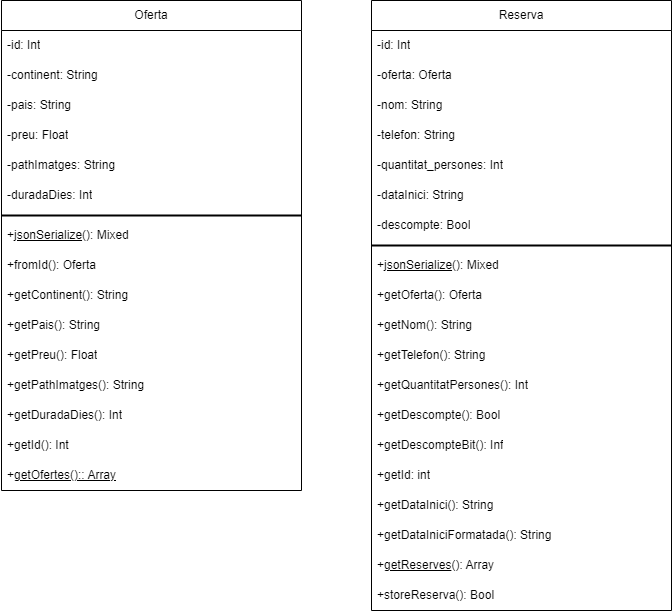
The draw.io diagram diagrama_caso_clases.png in martinh118/M12_P1_Wonderfull_Travel, before a commit. Source tidied: cells renumbered, new cells last; positions are measured from the earlier drawing's top-left corner, leaving out a move shared by most shapes. The source it was exported from:
```xml
<mxGraphModel>
  <root>
    <mxCell id="0" />
    <mxCell id="1" parent="0" />
    <mxCell id="2" value="Oferta" style="swimlane;fontStyle=0;horizontal=1;startSize=30;whiteSpace=wrap;html=1;" parent="1" vertex="1">
      <mxGeometry width="300" height="490" as="geometry" />
    </mxCell>
    <mxCell id="3" value="-id: Int" style="text;strokeColor=none;fillColor=none;align=left;verticalAlign=middle;spacingLeft=4;spacingRight=4;overflow=hidden;whiteSpace=wrap;html=1;" parent="2" vertex="1">
      <mxGeometry y="30" width="300" height="30" as="geometry" />
    </mxCell>
    <mxCell id="4" value="-continent: String" style="text;strokeColor=none;fillColor=none;align=left;verticalAlign=middle;spacingLeft=4;spacingRight=4;overflow=hidden;whiteSpace=wrap;html=1;" parent="2" vertex="1">
      <mxGeometry y="60" width="300" height="30" as="geometry" />
    </mxCell>
    <mxCell id="5" value="-pais: String" style="text;strokeColor=none;fillColor=none;align=left;verticalAlign=middle;spacingLeft=4;spacingRight=4;overflow=hidden;whiteSpace=wrap;html=1;" parent="2" vertex="1">
      <mxGeometry y="90" width="300" height="30" as="geometry" />
    </mxCell>
    <mxCell id="6" value="-preu: Float" style="text;strokeColor=none;fillColor=none;align=left;verticalAlign=middle;spacingLeft=4;spacingRight=4;overflow=hidden;whiteSpace=wrap;html=1;" parent="2" vertex="1">
      <mxGeometry y="120" width="300" height="30" as="geometry" />
    </mxCell>
    <mxCell id="7" value="-pathImatges: String" style="text;strokeColor=none;fillColor=none;align=left;verticalAlign=middle;spacingLeft=4;spacingRight=4;overflow=hidden;whiteSpace=wrap;html=1;" parent="2" vertex="1">
      <mxGeometry y="150" width="300" height="30" as="geometry" />
    </mxCell>
    <mxCell id="8" value="-duradaDies: Int" style="text;strokeColor=none;fillColor=none;align=left;verticalAlign=middle;spacingLeft=4;spacingRight=4;overflow=hidden;whiteSpace=wrap;html=1;" parent="2" vertex="1">
      <mxGeometry y="180" width="300" height="30" as="geometry" />
    </mxCell>
    <mxCell id="9" style="line;strokeWidth=2;html=1;" parent="2" vertex="1">
      <mxGeometry y="210" width="300" height="10" as="geometry" />
    </mxCell>
    <mxCell id="10" value="+&lt;u&gt;jsonSerialize&lt;/u&gt;(): Mixed" style="text;strokeColor=none;fillColor=none;align=left;verticalAlign=middle;spacingLeft=4;spacingRight=4;overflow=hidden;whiteSpace=wrap;html=1;" parent="2" vertex="1">
      <mxGeometry y="220" width="300" height="30" as="geometry" />
    </mxCell>
    <mxCell id="11" value="+fromId(): Oferta" style="text;strokeColor=none;fillColor=none;align=left;verticalAlign=middle;spacingLeft=4;spacingRight=4;overflow=hidden;whiteSpace=wrap;html=1;" parent="2" vertex="1">
      <mxGeometry y="250" width="300" height="30" as="geometry" />
    </mxCell>
    <mxCell id="12" value="+getContinent(): String" style="text;strokeColor=none;fillColor=none;align=left;verticalAlign=middle;spacingLeft=4;spacingRight=4;overflow=hidden;whiteSpace=wrap;html=1;" parent="2" vertex="1">
      <mxGeometry y="280" width="300" height="30" as="geometry" />
    </mxCell>
    <mxCell id="13" value="+getPais(): String" style="text;strokeColor=none;fillColor=none;align=left;verticalAlign=middle;spacingLeft=4;spacingRight=4;overflow=hidden;whiteSpace=wrap;html=1;" parent="2" vertex="1">
      <mxGeometry y="310" width="300" height="30" as="geometry" />
    </mxCell>
    <mxCell id="14" value="+getPreu(): Float" style="text;strokeColor=none;fillColor=none;align=left;verticalAlign=middle;spacingLeft=4;spacingRight=4;overflow=hidden;whiteSpace=wrap;html=1;" parent="2" vertex="1">
      <mxGeometry y="340" width="300" height="30" as="geometry" />
    </mxCell>
    <mxCell id="15" value="+getPathImatges(): String" style="text;strokeColor=none;fillColor=none;align=left;verticalAlign=middle;spacingLeft=4;spacingRight=4;overflow=hidden;whiteSpace=wrap;html=1;" parent="2" vertex="1">
      <mxGeometry y="370" width="300" height="30" as="geometry" />
    </mxCell>
    <mxCell id="16" value="+getDuradaDies(): Int" style="text;strokeColor=none;fillColor=none;align=left;verticalAlign=middle;spacingLeft=4;spacingRight=4;overflow=hidden;whiteSpace=wrap;html=1;" parent="2" vertex="1">
      <mxGeometry y="400" width="300" height="30" as="geometry" />
    </mxCell>
    <mxCell id="17" value="+getId(): Int" style="text;strokeColor=none;fillColor=none;align=left;verticalAlign=middle;spacingLeft=4;spacingRight=4;overflow=hidden;whiteSpace=wrap;html=1;" parent="2" vertex="1">
      <mxGeometry y="430" width="300" height="30" as="geometry" />
    </mxCell>
    <mxCell id="18" value="+&lt;u&gt;getOfertes():: Array&lt;/u&gt;" style="text;strokeColor=none;fillColor=none;align=left;verticalAlign=middle;spacingLeft=4;spacingRight=4;overflow=hidden;whiteSpace=wrap;html=1;" parent="2" vertex="1">
      <mxGeometry y="460" width="300" height="30" as="geometry" />
    </mxCell>
    <mxCell id="19" value="Reserva" style="swimlane;fontStyle=0;horizontal=1;startSize=30;whiteSpace=wrap;html=1;" parent="1" vertex="1">
      <mxGeometry x="370" width="300" height="610" as="geometry" />
    </mxCell>
    <mxCell id="20" value="-id: Int" style="text;strokeColor=none;fillColor=none;align=left;verticalAlign=middle;spacingLeft=4;spacingRight=4;overflow=hidden;whiteSpace=wrap;html=1;" parent="19" vertex="1">
      <mxGeometry y="30" width="300" height="30" as="geometry" />
    </mxCell>
    <mxCell id="21" value="-oferta: Oferta" style="text;strokeColor=none;fillColor=none;align=left;verticalAlign=middle;spacingLeft=4;spacingRight=4;overflow=hidden;whiteSpace=wrap;html=1;" parent="19" vertex="1">
      <mxGeometry y="60" width="300" height="30" as="geometry" />
    </mxCell>
    <mxCell id="22" value="-nom: String" style="text;strokeColor=none;fillColor=none;align=left;verticalAlign=middle;spacingLeft=4;spacingRight=4;overflow=hidden;whiteSpace=wrap;html=1;" parent="19" vertex="1">
      <mxGeometry y="90" width="300" height="30" as="geometry" />
    </mxCell>
    <mxCell id="23" value="-telefon: String" style="text;strokeColor=none;fillColor=none;align=left;verticalAlign=middle;spacingLeft=4;spacingRight=4;overflow=hidden;whiteSpace=wrap;html=1;" parent="19" vertex="1">
      <mxGeometry y="120" width="300" height="30" as="geometry" />
    </mxCell>
    <mxCell id="24" value="-quantitat_persones: Int" style="text;strokeColor=none;fillColor=none;align=left;verticalAlign=middle;spacingLeft=4;spacingRight=4;overflow=hidden;whiteSpace=wrap;html=1;" parent="19" vertex="1">
      <mxGeometry y="150" width="300" height="30" as="geometry" />
    </mxCell>
    <mxCell id="25" value="-dataInici: String" style="text;strokeColor=none;fillColor=none;align=left;verticalAlign=middle;spacingLeft=4;spacingRight=4;overflow=hidden;whiteSpace=wrap;html=1;" parent="19" vertex="1">
      <mxGeometry y="180" width="300" height="30" as="geometry" />
    </mxCell>
    <mxCell id="26" value="-descompte: Bool" style="text;strokeColor=none;fillColor=none;align=left;verticalAlign=middle;spacingLeft=4;spacingRight=4;overflow=hidden;whiteSpace=wrap;html=1;" parent="19" vertex="1">
      <mxGeometry y="210" width="300" height="30" as="geometry" />
    </mxCell>
    <mxCell id="27" style="line;strokeWidth=2;html=1;" parent="19" vertex="1">
      <mxGeometry y="240" width="300" height="10" as="geometry" />
    </mxCell>
    <mxCell id="28" value="+&lt;u&gt;jsonSerialize&lt;/u&gt;(): Mixed" style="text;strokeColor=none;fillColor=none;align=left;verticalAlign=middle;spacingLeft=4;spacingRight=4;overflow=hidden;whiteSpace=wrap;html=1;" parent="19" vertex="1">
      <mxGeometry y="250" width="300" height="30" as="geometry" />
    </mxCell>
    <mxCell id="29" value="+getOferta(): Oferta" style="text;strokeColor=none;fillColor=none;align=left;verticalAlign=middle;spacingLeft=4;spacingRight=4;overflow=hidden;whiteSpace=wrap;html=1;" parent="19" vertex="1">
      <mxGeometry y="280" width="300" height="30" as="geometry" />
    </mxCell>
    <mxCell id="30" value="+getNom(): String" style="text;strokeColor=none;fillColor=none;align=left;verticalAlign=middle;spacingLeft=4;spacingRight=4;overflow=hidden;whiteSpace=wrap;html=1;" parent="19" vertex="1">
      <mxGeometry y="310" width="300" height="30" as="geometry" />
    </mxCell>
    <mxCell id="31" value="+getTelefon(): String" style="text;strokeColor=none;fillColor=none;align=left;verticalAlign=middle;spacingLeft=4;spacingRight=4;overflow=hidden;whiteSpace=wrap;html=1;" parent="19" vertex="1">
      <mxGeometry y="340" width="300" height="30" as="geometry" />
    </mxCell>
    <mxCell id="32" value="+getQuantitatPersones(): Int" style="text;strokeColor=none;fillColor=none;align=left;verticalAlign=middle;spacingLeft=4;spacingRight=4;overflow=hidden;whiteSpace=wrap;html=1;" parent="19" vertex="1">
      <mxGeometry y="370" width="300" height="30" as="geometry" />
    </mxCell>
    <mxCell id="33" value="+getDescompte(): Bool" style="text;strokeColor=none;fillColor=none;align=left;verticalAlign=middle;spacingLeft=4;spacingRight=4;overflow=hidden;whiteSpace=wrap;html=1;" parent="19" vertex="1">
      <mxGeometry y="400" width="300" height="30" as="geometry" />
    </mxCell>
    <mxCell id="34" value="+getDescompteBit(): Inf" style="text;strokeColor=none;fillColor=none;align=left;verticalAlign=middle;spacingLeft=4;spacingRight=4;overflow=hidden;whiteSpace=wrap;html=1;" parent="19" vertex="1">
      <mxGeometry y="430" width="300" height="30" as="geometry" />
    </mxCell>
    <mxCell id="35" value="+getId: int" style="text;strokeColor=none;fillColor=none;align=left;verticalAlign=middle;spacingLeft=4;spacingRight=4;overflow=hidden;whiteSpace=wrap;html=1;" parent="19" vertex="1">
      <mxGeometry y="460" width="300" height="30" as="geometry" />
    </mxCell>
    <mxCell id="36" value="+getDataInici(): String" style="text;strokeColor=none;fillColor=none;align=left;verticalAlign=middle;spacingLeft=4;spacingRight=4;overflow=hidden;whiteSpace=wrap;html=1;" parent="19" vertex="1">
      <mxGeometry y="490" width="300" height="30" as="geometry" />
    </mxCell>
    <mxCell id="37" value="+getDataIniciFormatada(): String" style="text;strokeColor=none;fillColor=none;align=left;verticalAlign=middle;spacingLeft=4;spacingRight=4;overflow=hidden;whiteSpace=wrap;html=1;" parent="19" vertex="1">
      <mxGeometry y="520" width="300" height="30" as="geometry" />
    </mxCell>
    <mxCell id="38" value="+&lt;u&gt;getReserves&lt;/u&gt;(): Array" style="text;strokeColor=none;fillColor=none;align=left;verticalAlign=middle;spacingLeft=4;spacingRight=4;overflow=hidden;whiteSpace=wrap;html=1;" parent="19" vertex="1">
      <mxGeometry y="550" width="300" height="30" as="geometry" />
    </mxCell>
    <mxCell id="39" value="+storeReserva(): Bool" style="text;strokeColor=none;fillColor=none;align=left;verticalAlign=middle;spacingLeft=4;spacingRight=4;overflow=hidden;whiteSpace=wrap;html=1;" parent="19" vertex="1">
      <mxGeometry y="580" width="300" height="30" as="geometry" />
    </mxCell>
  </root>
</mxGraphModel>
```
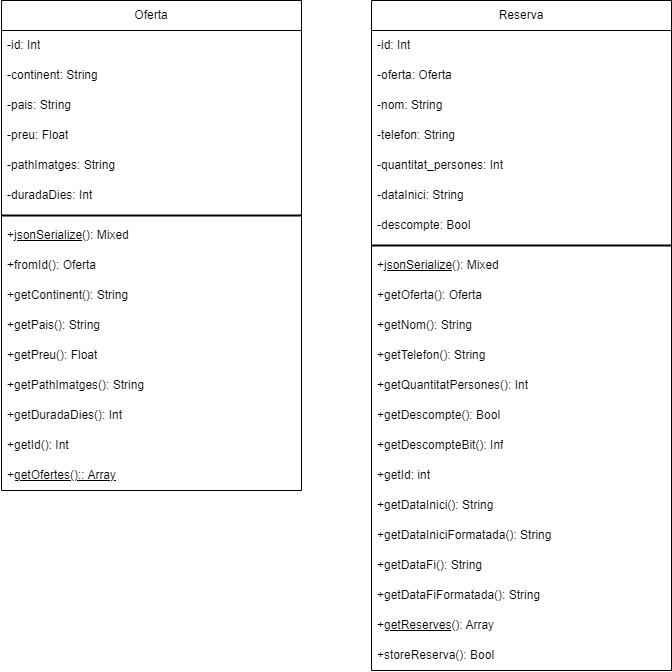
After the change.

What changed in the source:
```diff
@@ -54,7 +54,7 @@
       <mxGeometry y="460" width="300" height="30" as="geometry" />
     </mxCell>
     <mxCell id="19" value="Reserva" style="swimlane;fontStyle=0;horizontal=1;startSize=30;whiteSpace=wrap;html=1;" parent="1" vertex="1">
-      <mxGeometry x="370" width="300" height="610" as="geometry" />
+      <mxGeometry x="370" width="300" height="670" as="geometry" />
     </mxCell>
     <mxCell id="20" value="-id: Int" style="text;strokeColor=none;fillColor=none;align=left;verticalAlign=middle;spacingLeft=4;spacingRight=4;overflow=hidden;whiteSpace=wrap;html=1;" parent="19" vertex="1">
       <mxGeometry y="30" width="300" height="30" as="geometry" />
@@ -110,11 +110,17 @@
     <mxCell id="37" value="+getDataIniciFormatada(): String" style="text;strokeColor=none;fillColor=none;align=left;verticalAlign=middle;spacingLeft=4;spacingRight=4;overflow=hidden;whiteSpace=wrap;html=1;" parent="19" vertex="1">
       <mxGeometry y="520" width="300" height="30" as="geometry" />
     </mxCell>
+    <mxCell id="40" value="+getDataFi(): String" style="text;strokeColor=none;fillColor=none;align=left;verticalAlign=middle;spacingLeft=4;spacingRight=4;overflow=hidden;whiteSpace=wrap;html=1;" parent="19" vertex="1">
+      <mxGeometry y="550" width="300" height="30" as="geometry" />
+    </mxCell>
+    <mxCell id="41" value="+getDataFiFormatada(): String" style="text;strokeColor=none;fillColor=none;align=left;verticalAlign=middle;spacingLeft=4;spacingRight=4;overflow=hidden;whiteSpace=wrap;html=1;" parent="19" vertex="1">
+      <mxGeometry y="580" width="300" height="30" as="geometry" />
+    </mxCell>
     <mxCell id="38" value="+&lt;u&gt;getReserves&lt;/u&gt;(): Array" style="text;strokeColor=none;fillColor=none;align=left;verticalAlign=middle;spacingLeft=4;spacingRight=4;overflow=hidden;whiteSpace=wrap;html=1;" parent="19" vertex="1">
-      <mxGeometry y="550" width="300" height="30" as="geometry" />
+      <mxGeometry y="610" width="300" height="30" as="geometry" />
     </mxCell>
     <mxCell id="39" value="+storeReserva(): Bool" style="text;strokeColor=none;fillColor=none;align=left;verticalAlign=middle;spacingLeft=4;spacingRight=4;overflow=hidden;whiteSpace=wrap;html=1;" parent="19" vertex="1">
-      <mxGeometry y="580" width="300" height="30" as="geometry" />
+      <mxGeometry y="640" width="300" height="30" as="geometry" />
     </mxCell>
   </root>
 </mxGraphModel>
```
